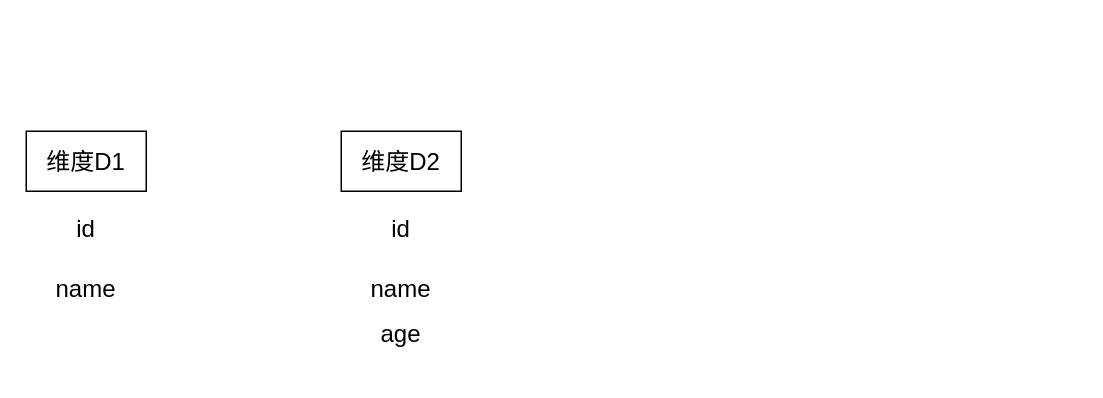
Above: metric_derived.drawio in anyingle/ay-diagrams (draw.io), before the change. Source tidied: cells renumbered, new cells numbered last; positions are measured from the earlier drawing's top-left corner, leaving out a move shared by most shapes. Both pictures are drawn from the tidied source at 150%, with x=0, y=0 at pixel (26, 130).
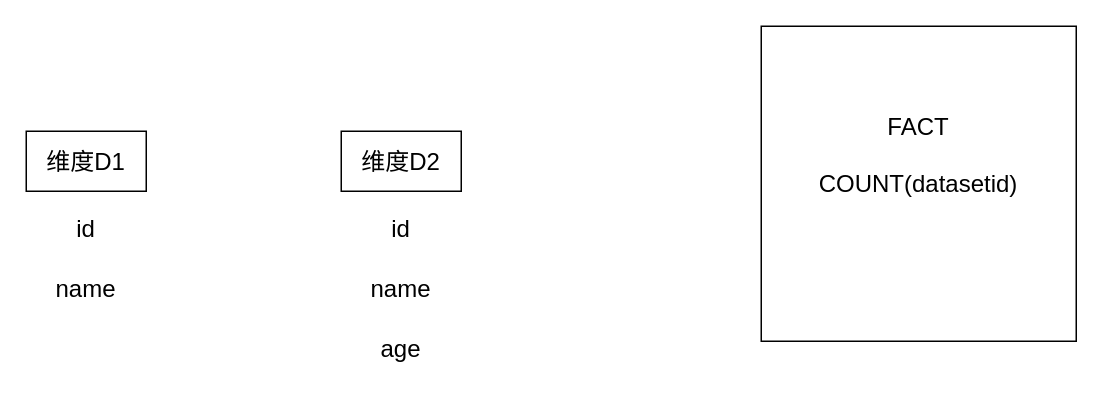
The same page after the edit.

The edit, as a diff of the source:
```diff
@@
 <mxGraphModel>
   <root>
     <mxCell id="0" />
     <mxCell id="1" parent="0" />
     <mxCell id="2" value="维度D1" style="rounded=0;whiteSpace=wrap;html=1;fontSize=16;" parent="1" vertex="1">
       <mxGeometry width="80" height="40" as="geometry" />
     </mxCell>
     <mxCell id="3" value="id" style="text;html=1;strokeColor=none;fillColor=none;align=center;verticalAlign=middle;whiteSpace=wrap;rounded=0;fontSize=16;" parent="1" vertex="1">
       <mxGeometry x="10" y="50" width="60" height="30" as="geometry" />
     </mxCell>
     <mxCell id="4" value="name" style="text;html=1;strokeColor=none;fillColor=none;align=center;verticalAlign=middle;whiteSpace=wrap;rounded=0;fontSize=16;" parent="1" vertex="1">
       <mxGeometry x="10" y="90" width="60" height="30" as="geometry" />
     </mxCell>
     <mxCell id="5" value="维度D2" style="rounded=0;whiteSpace=wrap;html=1;fontSize=16;" parent="1" vertex="1">
       <mxGeometry x="210" width="80" height="40" as="geometry" />
     </mxCell>
     <mxCell id="6" value="id" style="text;html=1;strokeColor=none;fillColor=none;align=center;verticalAlign=middle;whiteSpace=wrap;rounded=0;fontSize=16;" parent="1" vertex="1">
       <mxGeometry x="220" y="50" width="60" height="30" as="geometry" />
     </mxCell>
     <mxCell id="7" value="name" style="text;html=1;strokeColor=none;fillColor=none;align=center;verticalAlign=middle;whiteSpace=wrap;rounded=0;fontSize=16;" parent="1" vertex="1">
       <mxGeometry x="220" y="90" width="60" height="30" as="geometry" />
     </mxCell>
     <mxCell id="8" value="age" style="text;html=1;strokeColor=none;fillColor=none;align=center;verticalAlign=middle;whiteSpace=wrap;rounded=0;fontSize=16;" parent="1" vertex="1">
-      <mxGeometry x="220" y="120" width="60" height="30" as="geometry" />
+      <mxGeometry x="220" y="130" width="60" height="30" as="geometry" />
     </mxCell>
+    <mxCell id="9" value="&lt;div&gt;FACT&lt;/div&gt;&lt;div&gt;&lt;br&gt;&lt;/div&gt;&lt;div&gt;COUNT(datasetid)&lt;/div&gt;&lt;div&gt;&lt;br&gt;&lt;/div&gt;&lt;div&gt;&lt;br&gt;&lt;/div&gt;" style="whiteSpace=wrap;html=1;fontSize=16;align=center;" parent="1" vertex="1">
+      <mxGeometry x="490" y="-70" width="210" height="210" as="geometry" />
+    </mxCell>
   </root>
 </mxGraphModel>
```
